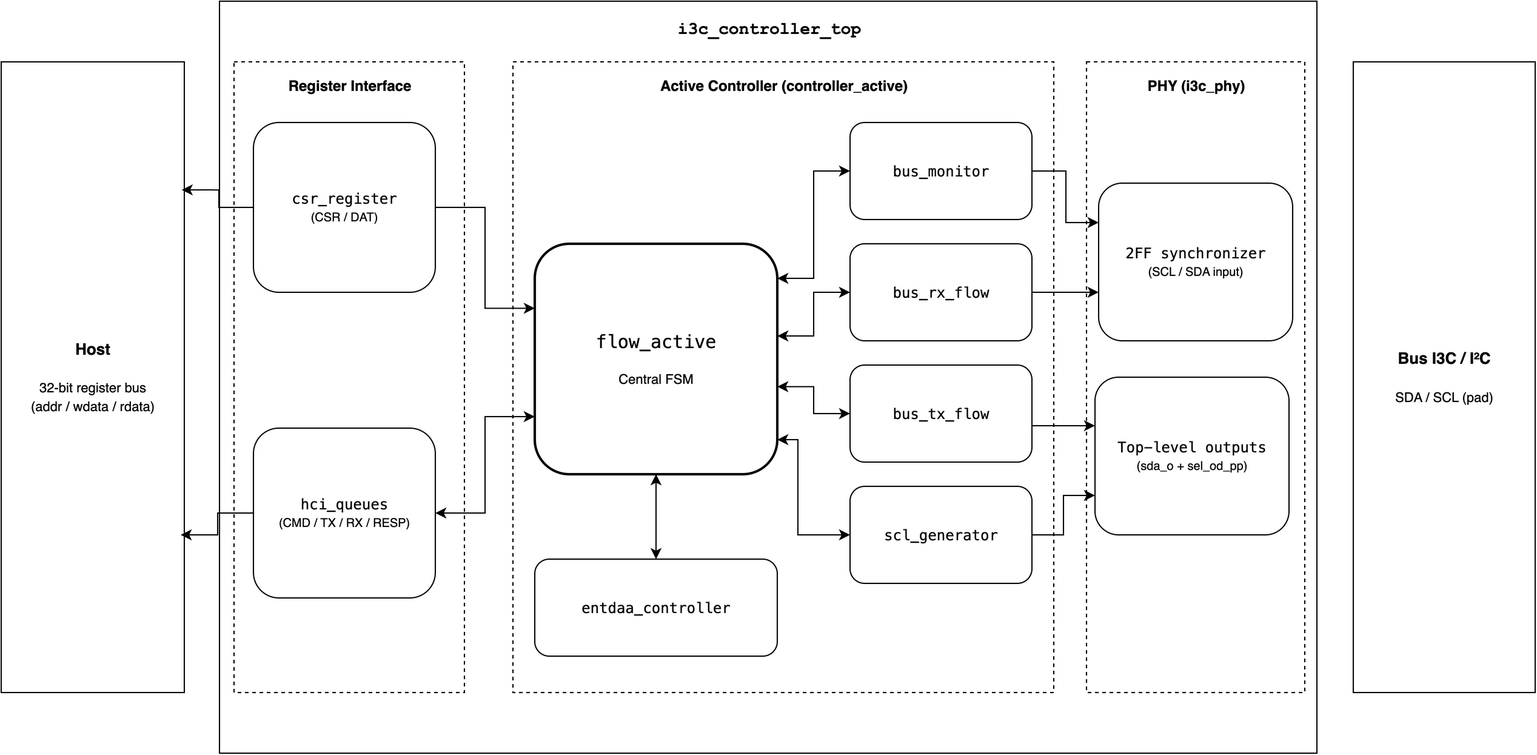
Earlier version of the draw.io export docs/report/latex/figures/i3c_controller_top_architecture.drawio.png (minhuy206/i3c). Source tidied: cells renumbered, new cells last; positions are measured from the earlier drawing's top-left corner, leaving out a move shared by most shapes.
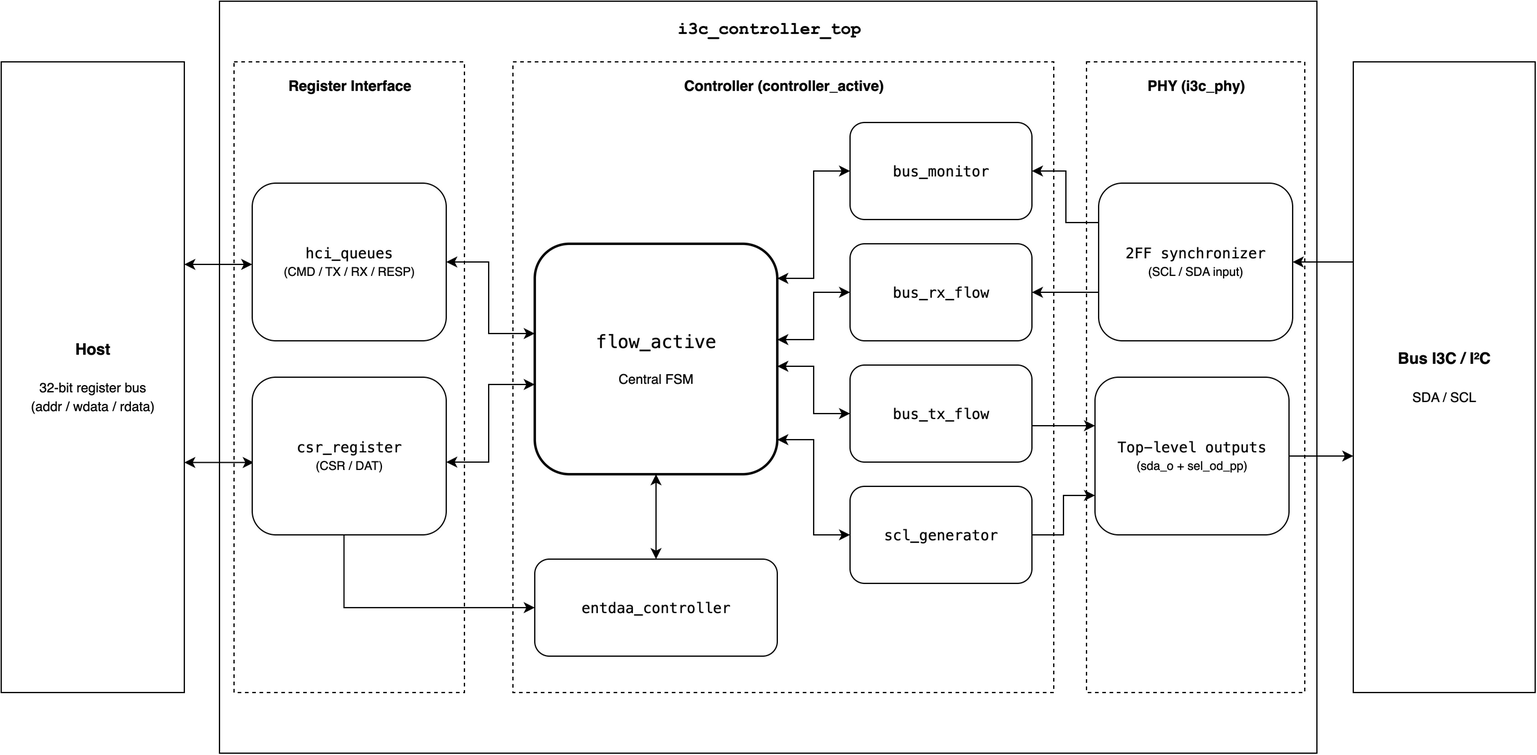
Above is the later version.

The edit, as a diff of the source:
```diff
@@ -8,21 +8,26 @@
     <mxCell id="3" value="&lt;b&gt;Host&lt;/b&gt;&lt;br&gt;&lt;br&gt;&lt;span style='font-size:11px'&gt;32-bit register bus&lt;br&gt;(addr / wdata / rdata)&lt;/span&gt;" style="rounded=0;html=1;whiteSpace=wrap;fillColor=#FFFFFF;strokeColor=#000000;fontColor=#000000;fontSize=13;" parent="1" vertex="1">
       <mxGeometry y="50" width="151" height="520" as="geometry" />
     </mxCell>
+    <mxCell id="32" style="edgeStyle=orthogonalEdgeStyle;rounded=0;jettySize=auto;html=1;" parent="1" edge="1" source="4" target="15">
+      <mxGeometry relative="1" as="geometry">
+        <Array as="points">
+          <mxPoint x="1111" y="215" />
+          <mxPoint x="1111" y="215" />
+        </Array>
+      </mxGeometry>
+    </mxCell>
-    <mxCell id="4" value="&lt;b&gt;Bus I3C / I²C&lt;/b&gt;&lt;br&gt;&lt;br&gt;&lt;span style='font-size:11px'&gt;SDA / SCL (pad)&lt;/span&gt;" style="rounded=0;html=1;whiteSpace=wrap;fillColor=#FFFFFF;strokeColor=#000000;fontColor=#000000;fontSize=13;" parent="1" vertex="1">
+    <mxCell id="4" value="&lt;b&gt;Bus I3C / I²C&lt;/b&gt;&lt;br&gt;&lt;br&gt;&lt;span style=&quot;font-size:11px&quot;&gt;SDA / SCL&lt;/span&gt;" style="rounded=0;html=1;whiteSpace=wrap;fillColor=#FFFFFF;strokeColor=#000000;fontColor=#000000;fontSize=13;" parent="1" vertex="1">
       <mxGeometry x="1115" y="50" width="150" height="520" as="geometry" />
     </mxCell>
     <mxCell id="5" value="Register Interface" style="rounded=0;html=1;fillColor=none;strokeColor=#000000;dashed=1;verticalAlign=top;align=center;spacingTop=6;fontStyle=1;fontSize=12;fontColor=#000000;" parent="1" vertex="1">
       <mxGeometry x="192" y="50" width="190" height="520" as="geometry" />
     </mxCell>
-    <mxCell id="6" value="Active Controller (controller_active)" style="rounded=0;html=1;fillColor=none;strokeColor=#000000;dashed=1;verticalAlign=top;align=center;spacingTop=6;fontStyle=1;fontSize=12;fontColor=#000000;" parent="1" vertex="1">
+    <mxCell id="6" value="Controller (controller_active)" style="rounded=0;html=1;fillColor=none;strokeColor=#000000;dashed=1;verticalAlign=top;align=center;spacingTop=6;fontStyle=1;fontSize=12;fontColor=#000000;" parent="1" vertex="1">
       <mxGeometry x="422" y="50" width="446" height="520" as="geometry" />
     </mxCell>
     <mxCell id="7" value="PHY (i3c_phy)" style="rounded=0;html=1;fillColor=none;strokeColor=#000000;dashed=1;verticalAlign=top;align=center;spacingTop=6;fontStyle=1;fontSize=12;fontColor=#000000;" parent="1" vertex="1">
       <mxGeometry x="895" y="50" width="180" height="520" as="geometry" />
     </mxCell>
-    <mxCell id="8" value="&lt;span style='font-family:monospace'&gt;csr_register&lt;/span&gt;&lt;br&gt;&lt;span style='font-size:10px'&gt;(CSR / DAT)&lt;/span&gt;" style="rounded=1;html=1;whiteSpace=wrap;fillColor=#FFFFFF;strokeColor=#000000;fontColor=#000000;fontSize=12;" parent="1" vertex="1">
-      <mxGeometry x="208" y="100" width="150" height="140" as="geometry" />
-    </mxCell>
     <mxCell id="9" value="&lt;span style='font-family:monospace;font-size:15px'&gt;flow_active&lt;/span&gt;&lt;br&gt;&lt;br&gt;&lt;span style='font-size:11px'&gt;Central FSM&lt;/span&gt;" style="rounded=1;html=1;whiteSpace=wrap;fillColor=#FFFFFF;strokeColor=#000000;strokeWidth=2;fontColor=#000000;" parent="1" vertex="1">
       <mxGeometry x="440" y="200" width="200" height="190" as="geometry" />
     </mxCell>
@@ -44,36 +49,48 @@
     <mxCell id="15" value="&lt;span style='font-family:monospace'&gt;2FF synchronizer&lt;/span&gt;&lt;br&gt;&lt;span style='font-size:10px'&gt;(SCL / SDA input)&lt;/span&gt;" style="rounded=1;html=1;whiteSpace=wrap;fillColor=#FFFFFF;strokeColor=#000000;fontColor=#000000;fontSize=12;" parent="1" vertex="1">
       <mxGeometry x="905" y="150" width="160" height="130" as="geometry" />
     </mxCell>
+    <mxCell id="33" style="edgeStyle=orthogonalEdgeStyle;rounded=0;jettySize=auto;html=1;" parent="1" edge="1" source="16" target="4">
+      <mxGeometry relative="1" as="geometry">
+        <Array as="points">
+          <mxPoint x="1100" y="375" />
+          <mxPoint x="1100" y="375" />
+        </Array>
+      </mxGeometry>
+    </mxCell>
     <mxCell id="16" value="&lt;span style='font-family:monospace'&gt;Top-level outputs&lt;/span&gt;&lt;br&gt;&lt;span style='font-size:10px'&gt;(sda_o + sel_od_pp)&lt;/span&gt;" style="rounded=1;html=1;whiteSpace=wrap;fillColor=#FFFFFF;strokeColor=#000000;fontColor=#000000;fontSize=12;" parent="1" vertex="1">
       <mxGeometry x="902" y="310" width="160" height="130" as="geometry" />
     </mxCell>
-    <mxCell id="17" style="edgeStyle=orthogonalEdgeStyle;rounded=0;jettySize=auto;html=1;strokeColor=#000000;fontColor=#000000;fontSize=10;startArrow=none;endArrow=classic;endFill=1;labelBackgroundColor=#FFFFFF;exitX=1;exitY=0.5;exitDx=0;exitDy=0;entryX=0;entryY=0.28;entryDx=0;entryDy=0;curved=0;" parent="1" edge="1" source="8" target="9">
-      <mxGeometry relative="1" as="geometry" />
-    </mxCell>
-    <mxCell id="18" style="edgeStyle=orthogonalEdgeStyle;rounded=0;html=1;strokeColor=#000000;fontColor=#000000;fontSize=10;startArrow=classic;endArrow=classic;startFill=1;endFill=1;labelBackgroundColor=#FFFFFF;exitX=1;exitY=0.5;exitDx=0;exitDy=0;entryX=0;entryY=0.75;entryDx=0;entryDy=0;" parent="1" edge="1" source="28" target="9">
-      <mxGeometry x="0.01" relative="1" as="geometry" />
-    </mxCell>
     <mxCell id="19" style="edgeStyle=orthogonalEdgeStyle;rounded=0;html=1;strokeColor=#000000;startArrow=classic;endArrow=classic;startFill=1;endFill=1;exitX=0.5;exitY=1;exitDx=0;exitDy=0;entryX=0.5;entryY=0;entryDx=0;entryDy=0;" parent="1" edge="1" source="9" target="10">
       <mxGeometry relative="1" as="geometry" />
     </mxCell>
     <mxCell id="20" style="edgeStyle=orthogonalEdgeStyle;rounded=0;html=1;strokeColor=#000000;startArrow=classic;endArrow=classic;startFill=1;endFill=1;exitX=1;exitY=0.15;exitDx=0;exitDy=0;entryX=0;entryY=0.5;entryDx=0;entryDy=0;" parent="1" edge="1" source="9" target="11">
       <mxGeometry relative="1" as="geometry" />
     </mxCell>
-    <mxCell id="21" style="edgeStyle=orthogonalEdgeStyle;rounded=0;html=1;strokeColor=#000000;startArrow=classic;endArrow=classic;startFill=1;endFill=1;exitX=1;exitY=0.4;exitDx=0;exitDy=0;entryX=0;entryY=0.5;entryDx=0;entryDy=0;" parent="1" edge="1" source="9" target="12">
-      <mxGeometry relative="1" as="geometry" />
+    <mxCell id="21" style="edgeStyle=orthogonalEdgeStyle;rounded=0;html=1;strokeColor=#000000;startArrow=classic;endArrow=classic;startFill=1;endFill=1;entryX=0;entryY=0.5;entryDx=0;entryDy=0;" parent="1" edge="1" source="9" target="12">
+      <mxGeometry relative="1" as="geometry">
+        <Array as="points">
+          <mxPoint x="670" y="279" />
+          <mxPoint x="670" y="240" />
+        </Array>
+      </mxGeometry>
     </mxCell>
-    <mxCell id="22" style="edgeStyle=orthogonalEdgeStyle;rounded=0;html=1;strokeColor=#000000;startArrow=classic;endArrow=classic;startFill=1;endFill=1;exitX=1;exitY=0.62;exitDx=0;exitDy=0;entryX=0;entryY=0.5;entryDx=0;entryDy=0;" parent="1" edge="1" source="9" target="13">
-      <mxGeometry relative="1" as="geometry" />
+    <mxCell id="22" style="edgeStyle=orthogonalEdgeStyle;rounded=0;html=1;strokeColor=#000000;startArrow=classic;endArrow=classic;startFill=1;endFill=1;entryX=0;entryY=0.5;entryDx=0;entryDy=0;" parent="1" edge="1" source="9" target="13">
+      <mxGeometry relative="1" as="geometry">
+        <Array as="points">
+          <mxPoint x="670" y="301" />
+          <mxPoint x="670" y="340" />
+        </Array>
+      </mxGeometry>
     </mxCell>
     <mxCell id="23" style="edgeStyle=orthogonalEdgeStyle;rounded=0;html=1;strokeColor=#000000;startArrow=classic;endArrow=classic;startFill=1;endFill=1;exitX=1;exitY=0.85;exitDx=0;exitDy=0;entryX=0;entryY=0.5;entryDx=0;entryDy=0;" parent="1" edge="1" source="9" target="14">
       <mxGeometry relative="1" as="geometry">
         <Array as="points">
-          <mxPoint x="657" y="362" />
-          <mxPoint x="657" y="440" />
+          <mxPoint x="670" y="362" />
+          <mxPoint x="670" y="440" />
         </Array>
       </mxGeometry>
     </mxCell>
-    <mxCell id="24" style="edgeStyle=orthogonalEdgeStyle;rounded=0;html=1;strokeColor=#000000;startArrow=none;endArrow=classic;endFill=1;exitX=1;exitY=0.5;exitDx=0;exitDy=0;entryX=0;entryY=0.25;entryDx=0;entryDy=0;" parent="1" edge="1" source="11" target="15">
+    <mxCell id="24" style="edgeStyle=orthogonalEdgeStyle;rounded=0;html=1;strokeColor=#000000;startArrow=classic;endArrow=none;endFill=0;exitX=1;exitY=0.5;exitDx=0;exitDy=0;entryX=0;entryY=0.25;entryDx=0;entryDy=0;startFill=1;" parent="1" edge="1" source="11" target="15">
       <mxGeometry relative="1" as="geometry">
         <Array as="points">
           <mxPoint x="878" y="140" />
@@ -81,7 +98,7 @@
         </Array>
       </mxGeometry>
     </mxCell>
-    <mxCell id="25" style="edgeStyle=orthogonalEdgeStyle;rounded=0;html=1;strokeColor=#000000;startArrow=none;endArrow=classic;endFill=1;exitX=1;exitY=0.5;exitDx=0;exitDy=0;" parent="1" edge="1" source="12" target="15">
+    <mxCell id="25" style="edgeStyle=orthogonalEdgeStyle;rounded=0;html=1;strokeColor=#000000;startArrow=classic;endArrow=none;endFill=0;exitX=1;exitY=0.5;exitDx=0;exitDy=0;startFill=1;" parent="1" edge="1" source="12" target="15">
       <mxGeometry relative="1" as="geometry">
         <Array as="points">
           <mxPoint x="958" y="240" />
@@ -100,19 +117,49 @@
     <mxCell id="27" style="edgeStyle=orthogonalEdgeStyle;rounded=0;html=1;strokeColor=#000000;startArrow=none;endArrow=classic;endFill=1;exitX=1;exitY=0.5;exitDx=0;exitDy=0;entryX=0;entryY=0.75;entryDx=0;entryDy=0;" parent="1" edge="1" source="14" target="16">
       <mxGeometry relative="1" as="geometry" />
     </mxCell>
+    <mxCell id="31" style="edgeStyle=orthogonalEdgeStyle;rounded=0;orthogonalLoop=1;jettySize=auto;html=1;innerLoopWaypoints=1;exitX=0.5;exitY=1;exitDx=0;exitDy=0;" parent="1" edge="1" source="6" target="6">
+      <mxGeometry relative="1" as="geometry" />
+    </mxCell>
+    <mxCell id="34" style="edgeStyle=orthogonalEdgeStyle;rounded=0;jettySize=auto;html=1;startArrow=classic;startFill=1;" parent="1" edge="1" source="28" target="3">
+      <mxGeometry relative="1" as="geometry">
+        <Array as="points">
+          <mxPoint x="183" y="217" />
+          <mxPoint x="183" y="217" />
+        </Array>
+      </mxGeometry>
+    </mxCell>
+    <mxCell id="18" style="edgeStyle=orthogonalEdgeStyle;rounded=0;jettySize=auto;html=1;startArrow=classic;startFill=1;" parent="1" edge="1" source="28" target="9">
+      <mxGeometry relative="1" as="geometry">
+        <Array as="points">
+          <mxPoint x="402" y="215" />
+          <mxPoint x="402" y="274" />
+        </Array>
+      </mxGeometry>
+    </mxCell>
+    <mxCell id="29" style="edgeStyle=orthogonalEdgeStyle;rounded=0;jettySize=auto;html=1;startArrow=classic;startFill=1;exitX=0.008;exitY=0.541;exitDx=0;exitDy=0;exitPerimeter=0;" parent="1" edge="1" source="8" target="3">
+      <mxGeometry relative="1" as="geometry">
+        <Array as="points">
+          <mxPoint x="163" y="380" />
+          <mxPoint x="163" y="380" />
+        </Array>
+      </mxGeometry>
+    </mxCell>
+    <mxCell id="17" style="edgeStyle=orthogonalEdgeStyle;rounded=0;jettySize=auto;html=1;startArrow=classic;startFill=1;" parent="1" edge="1" source="8" target="9">
+      <mxGeometry relative="1" as="geometry">
+        <Array as="points">
+          <mxPoint x="402" y="380" />
+          <mxPoint x="402" y="316" />
+        </Array>
+      </mxGeometry>
+    </mxCell>
+    <mxCell id="8" value="&lt;span style=&quot;font-family: monospace;&quot;&gt;csr_register&lt;/span&gt;&lt;br&gt;&lt;span style=&quot;font-size: 10px;&quot;&gt;(CSR / DAT)&lt;/span&gt;" style="rounded=1;html=1;whiteSpace=wrap;fillColor=#FFFFFF;strokeColor=#000000;fontColor=#000000;fontSize=12;" parent="1" vertex="1">
+      <mxGeometry x="207" y="310" width="160" height="130" as="geometry" />
+    </mxCell>
-    <mxCell id="28" value="&lt;span style=&quot;font-family: monospace;&quot;&gt;hci_queues&lt;/span&gt;&lt;br&gt;&lt;span style=&quot;font-size: 10px;&quot;&gt;(CMD / TX / RX / RESP)&lt;/span&gt;" style="rounded=1;html=1;whiteSpace=wrap;fillColor=#FFFFFF;strokeColor=#000000;fontColor=#000000;fontSize=12;" parent="1" vertex="1">
-      <mxGeometry x="208" y="352" width="150" height="140" as="geometry" />
+    <mxCell id="28" value="&lt;span style=&quot;font-family: monospace; color: #000000;&quot;&gt;hci_queues&lt;/span&gt;&lt;br/&gt;&lt;span style=&quot;font-size: 10px; color: #000000;&quot;&gt;(CMD / TX / RX / RESP)&lt;/span&gt;" style="rounded=1;html=1;whiteSpace=wrap;fillColor=#FFFFFF;strokeColor=#000000;fontColor=#000000;fontSize=12;" parent="1" vertex="1">
+      <mxGeometry x="207" y="150" width="160" height="130" as="geometry" />
     </mxCell>
-    <mxCell id="29" style="edgeStyle=orthogonalEdgeStyle;rounded=0;jettySize=auto;html=1;entryX=0.986;entryY=0.203;entryDx=0;entryDy=0;entryPerimeter=0;" parent="1" edge="1" source="8" target="3">
-      <mxGeometry relative="1" as="geometry" />
-    </mxCell>
-    <mxCell id="30" style="edgeStyle=orthogonalEdgeStyle;rounded=0;jettySize=auto;html=1;" parent="1" edge="1" source="28">
-      <mxGeometry relative="1" as="geometry">
-        <mxPoint x="148" y="440" as="targetPoint" />
-      </mxGeometry>
-    </mxCell>
-    <mxCell id="31" style="edgeStyle=orthogonalEdgeStyle;rounded=0;orthogonalLoop=1;jettySize=auto;html=1;innerLoopWaypoints=1;exitX=0.5;exitY=1;exitDx=0;exitDy=0;" parent="1" edge="1" source="6" target="6">
-      <mxGeometry relative="1" as="geometry" />
-    </mxCell>
+    <mxCell id="35" style="edgeStyle=orthogonalEdgeStyle;rounded=0;jettySize=auto;html=1;entryX=0.473;entryY=0.997;entryDx=0;entryDy=0;entryPerimeter=0;startArrow=classic;startFill=1;endArrow=none;endFill=0;" parent="1" edge="1" source="10" target="8">
+      <mxGeometry relative="1" as="geometry" />
+    </mxCell>
   </root>
 </mxGraphModel>
```
